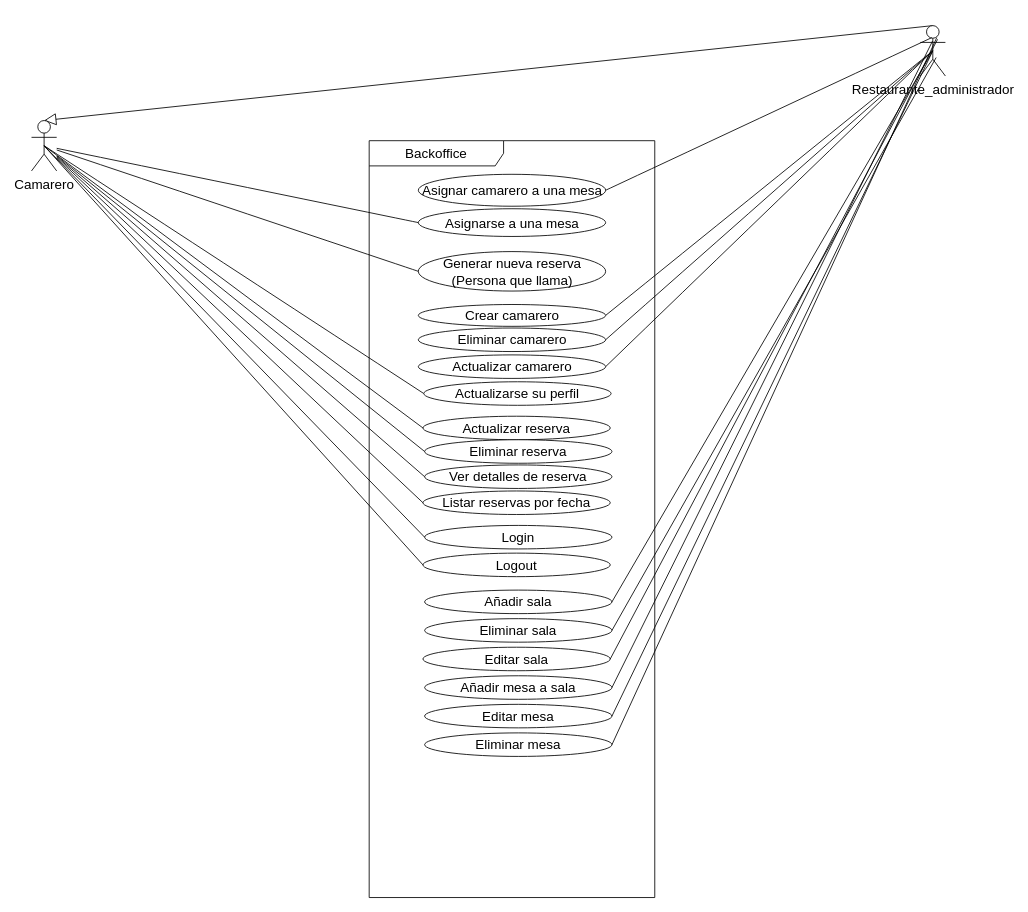
Before: page "UseCaseMVP" (2 of 4) of models/tempus-UML.drawio in Lopez10/tempus-backend, a draw.io diagram. Source tidied: cells renumbered, new cells numbered last; positions are measured from the earlier drawing's top-left corner, leaving out a move shared by most shapes. Both pictures are drawn from the tidied source at 84%, with x=0, y=0 at pixel (31, 25).
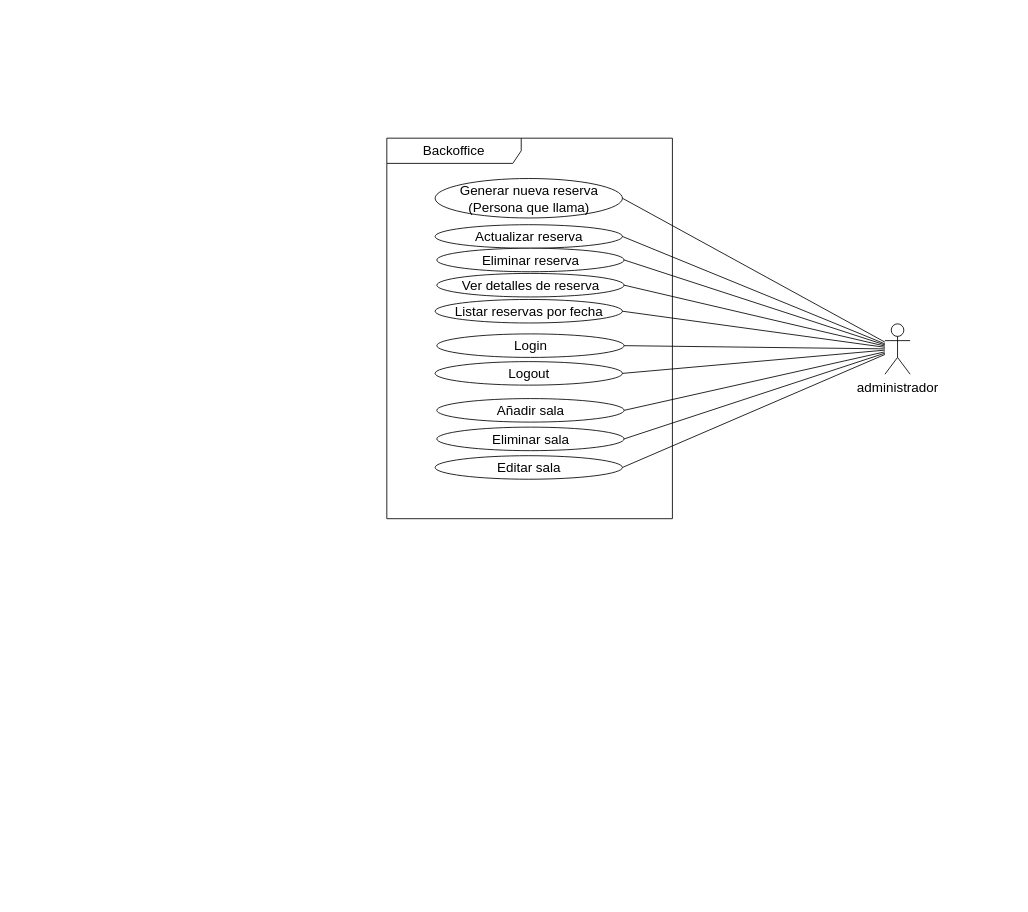
After the change.

The edit, as a diff of the source:
```diff
@@
-    <mxCell id="2" style="edgeStyle=none;curved=1;rounded=0;jettySize=auto;html=1;exitX=0.5;exitY=0.5;exitDx=0;exitDy=0;exitPerimeter=0;entryX=1;entryY=0.5;entryDx=0;entryDy=0;fontSize=12;startSize=8;endSize=8;endArrow=none;endFill=0;" parent="1" edge="1" source="6" target="13">
-      <mxGeometry relative="1" as="geometry" />
-    </mxCell>
-    <mxCell id="3" style="edgeStyle=none;curved=1;rounded=0;jettySize=auto;html=1;exitX=0.5;exitY=0.5;exitDx=0;exitDy=0;exitPerimeter=0;entryX=1;entryY=0.5;entryDx=0;entryDy=0;fontSize=12;startSize=8;endSize=8;endArrow=none;endFill=0;" parent="1" edge="1" source="6" target="14">
-      <mxGeometry relative="1" as="geometry" />
-    </mxCell>
-    <mxCell id="4" style="edgeStyle=none;curved=1;rounded=0;jettySize=auto;html=1;exitX=0.5;exitY=0.5;exitDx=0;exitDy=0;exitPerimeter=0;entryX=1;entryY=0.5;entryDx=0;entryDy=0;fontSize=12;startSize=8;endSize=8;endArrow=none;endFill=0;" parent="1" edge="1" source="6" target="16">
-      <mxGeometry relative="1" as="geometry" />
-    </mxCell>
-    <mxCell id="5" style="edgeStyle=none;html=1;exitX=0.5;exitY=0;exitDx=0;exitDy=0;exitPerimeter=0;entryX=0.5;entryY=0;entryDx=0;entryDy=0;entryPerimeter=0;endArrow=block;endFill=0;endSize=12;" parent="1" edge="1" source="6" target="8">
-      <mxGeometry relative="1" as="geometry" />
-    </mxCell>
-    <mxCell id="6" value="Restaurante_administrador" style="shape=umlActor;verticalLabelPosition=bottom;verticalAlign=top;html=1;fontSize=16;rounded=0;" parent="1" vertex="1">
-      <mxGeometry x="1058" width="30" height="60" as="geometry" />
+    <mxCell id="6" value="administrador" style="shape=umlActor;verticalLabelPosition=bottom;verticalAlign=top;html=1;fontSize=16;rounded=0;" parent="1" vertex="1">
+      <mxGeometry x="1016" y="355" width="30" height="60" as="geometry" />
     </mxCell>
-    <mxCell id="7" style="edgeStyle=none;curved=1;rounded=0;jettySize=auto;html=1;exitX=0.5;exitY=0.5;exitDx=0;exitDy=0;exitPerimeter=0;entryX=0;entryY=0.5;entryDx=0;entryDy=0;fontSize=12;startSize=8;endSize=8;endArrow=none;endFill=0;" parent="1" edge="1" source="8" target="17">
-      <mxGeometry relative="1" as="geometry" />
-    </mxCell>
-    <mxCell id="8" value="Camarero" style="shape=umlActor;verticalLabelPosition=bottom;verticalAlign=top;html=1;outlineConnect=0;fontSize=16;rounded=0;" parent="1" vertex="1">
-      <mxGeometry y="113" width="30" height="60" as="geometry" />
-    </mxCell>
     <mxCell id="9" value="Backoffice" style="shape=umlFrame;whiteSpace=wrap;html=1;width=160;fontSize=16;rounded=0;" parent="1" vertex="1">
-      <mxGeometry x="402" y="137" width="340" height="901" as="geometry" />
+      <mxGeometry x="423" y="134" width="340" height="453" as="geometry" />
     </mxCell>
-    <mxCell id="10" value="Asignar camarero a una mesa" style="ellipse;html=1;whiteSpace=wrap;fontSize=16;rounded=0;" parent="9" vertex="1">
-      <mxGeometry x="58.5" y="40" width="223" height="38" as="geometry" />
-    </mxCell>
-    <mxCell id="11" value="Asignarse a una mesa" style="ellipse;html=1;whiteSpace=wrap;fontSize=16;rounded=0;" parent="9" vertex="1">
-      <mxGeometry x="58.5" y="81" width="223" height="33" as="geometry" />
-    </mxCell>
     <mxCell id="12" value="Generar nueva reserva (Persona que llama)" style="ellipse;html=1;whiteSpace=wrap;fontSize=16;rounded=0;" parent="9" vertex="1">
-      <mxGeometry x="58.5" y="132" width="223" height="47" as="geometry" />
+      <mxGeometry x="57.5" y="48" width="223" height="47" as="geometry" />
     </mxCell>
-    <mxCell id="13" value="Crear camarero" style="ellipse;html=1;whiteSpace=wrap;fontSize=16;rounded=0;" parent="9" vertex="1">
-      <mxGeometry x="58.5" y="195" width="223" height="26" as="geometry" />
-    </mxCell>
-    <mxCell id="14" value="Eliminar camarero" style="ellipse;html=1;whiteSpace=wrap;fontSize=16;rounded=0;" parent="9" vertex="1">
-      <mxGeometry x="58.5" y="223" width="223" height="28" as="geometry" />
-    </mxCell>
-    <mxCell id="15" style="edgeStyle=none;curved=1;rounded=0;orthogonalLoop=1;jettySize=auto;html=1;exitX=0.5;exitY=1;exitDx=0;exitDy=0;fontSize=12;startSize=8;endSize=8;" parent="9" edge="1" source="13" target="13">
-      <mxGeometry relative="1" as="geometry" />
+    <mxCell id="15" style="edgeStyle=none;curved=1;rounded=0;orthogonalLoop=1;jettySize=auto;html=1;exitX=0.5;exitY=1;exitDx=0;exitDy=0;fontSize=12;startSize=8;endSize=8;" parent="9" edge="1">
+      <mxGeometry relative="1" as="geometry">
+        <mxPoint x="170" y="221" as="sourcePoint" />
+        <mxPoint x="170" y="221" as="targetPoint" />
+      </mxGeometry>
     </mxCell>
-    <mxCell id="16" value="Actualizar camarero" style="ellipse;html=1;whiteSpace=wrap;fontSize=16;rounded=0;" parent="9" vertex="1">
-      <mxGeometry x="58.5" y="255" width="223" height="28" as="geometry" />
-    </mxCell>
-    <mxCell id="17" value="Actualizarse su perfil" style="ellipse;html=1;whiteSpace=wrap;fontSize=16;rounded=0;" parent="9" vertex="1">
-      <mxGeometry x="65" y="287" width="223" height="28" as="geometry" />
-    </mxCell>
     <mxCell id="18" value="Actualizar reserva" style="ellipse;html=1;whiteSpace=wrap;fontSize=16;rounded=0;" parent="9" vertex="1">
-      <mxGeometry x="64" y="328" width="223" height="28" as="geometry" />
+      <mxGeometry x="57.5" y="103" width="223" height="28" as="geometry" />
     </mxCell>
     <mxCell id="19" value="Eliminar reserva" style="ellipse;html=1;whiteSpace=wrap;fontSize=16;rounded=0;" parent="9" vertex="1">
-      <mxGeometry x="66" y="356" width="223" height="28" as="geometry" />
+      <mxGeometry x="59.5" y="131" width="223" height="28" as="geometry" />
     </mxCell>
     <mxCell id="20" value="Listar reservas por fecha" style="ellipse;html=1;whiteSpace=wrap;fontSize=16;rounded=0;" parent="9" vertex="1">
-      <mxGeometry x="64" y="417" width="223" height="28" as="geometry" />
+      <mxGeometry x="57.5" y="192" width="223" height="28" as="geometry" />
     </mxCell>
     <mxCell id="21" value="Ver detalles de reserva" style="ellipse;html=1;whiteSpace=wrap;fontSize=16;rounded=0;" parent="9" vertex="1">
-      <mxGeometry x="66" y="386" width="223" height="28" as="geometry" />
+      <mxGeometry x="59.5" y="161" width="223" height="28" as="geometry" />
     </mxCell>
     <mxCell id="22" value="Login" style="ellipse;html=1;whiteSpace=wrap;fontSize=16;rounded=0;" parent="9" vertex="1">
-      <mxGeometry x="66" y="458" width="223" height="28" as="geometry" />
+      <mxGeometry x="59.5" y="233" width="223" height="28" as="geometry" />
     </mxCell>
     <mxCell id="23" value="Logout" style="ellipse;html=1;whiteSpace=wrap;fontSize=16;rounded=0;" parent="9" vertex="1">
-      <mxGeometry x="64" y="491" width="223" height="28" as="geometry" />
+      <mxGeometry x="57.5" y="266" width="223" height="28" as="geometry" />
     </mxCell>
     <mxCell id="24" value="Añadir sala" style="ellipse;html=1;whiteSpace=wrap;fontSize=16;rounded=0;" parent="9" vertex="1">
-      <mxGeometry x="66" y="535" width="223" height="28" as="geometry" />
+      <mxGeometry x="59.5" y="310" width="223" height="28" as="geometry" />
     </mxCell>
     <mxCell id="25" value="Eliminar sala" style="ellipse;html=1;whiteSpace=wrap;fontSize=16;rounded=0;" parent="9" vertex="1">
-      <mxGeometry x="66" y="569" width="223" height="28" as="geometry" />
+      <mxGeometry x="59.5" y="344" width="223" height="28" as="geometry" />
     </mxCell>
     <mxCell id="26" value="Editar sala" style="ellipse;html=1;whiteSpace=wrap;fontSize=16;rounded=0;" parent="9" vertex="1">
-      <mxGeometry x="64" y="603" width="223" height="28" as="geometry" />
+      <mxGeometry x="57.5" y="378" width="223" height="28" as="geometry" />
     </mxCell>
-    <mxCell id="27" value="Añadir mesa a sala" style="ellipse;html=1;whiteSpace=wrap;fontSize=16;rounded=0;" parent="9" vertex="1">
-      <mxGeometry x="66" y="637" width="223" height="28" as="geometry" />
-    </mxCell>
-    <mxCell id="28" value="Editar mesa" style="ellipse;html=1;whiteSpace=wrap;fontSize=16;rounded=0;" parent="9" vertex="1">
-      <mxGeometry x="66" y="671" width="223" height="28" as="geometry" />
-    </mxCell>
-    <mxCell id="29" value="Eliminar mesa" style="ellipse;html=1;whiteSpace=wrap;fontSize=16;rounded=0;" parent="9" vertex="1">
-      <mxGeometry x="66" y="705" width="223" height="28" as="geometry" />
-    </mxCell>
-    <mxCell id="30" style="edgeStyle=none;curved=1;rounded=0;jettySize=auto;html=1;exitX=1;exitY=0.5;exitDx=0;exitDy=0;fontSize=12;startSize=8;endSize=8;endArrow=none;endFill=0;entryX=0.456;entryY=0.239;entryDx=0;entryDy=0;entryPerimeter=0;" parent="1" edge="1" source="10" target="6">
-      <mxGeometry relative="1" as="geometry" />
-    </mxCell>
-    <mxCell id="31" style="edgeStyle=none;curved=1;rounded=0;jettySize=auto;html=1;exitX=0;exitY=0.5;exitDx=0;exitDy=0;fontSize=12;startSize=8;endSize=8;endArrow=none;endFill=0;" parent="1" edge="1" source="11" target="8">
-      <mxGeometry relative="1" as="geometry" />
-    </mxCell>
-    <mxCell id="32" style="edgeStyle=none;curved=1;rounded=0;jettySize=auto;html=1;exitX=0;exitY=0.5;exitDx=0;exitDy=0;fontSize=12;startSize=8;endSize=8;endArrow=none;endFill=0;" parent="1" edge="1" source="12" target="8">
-      <mxGeometry relative="1" as="geometry" />
-    </mxCell>
-    <mxCell id="33" style="edgeStyle=none;html=1;exitX=0;exitY=0.5;exitDx=0;exitDy=0;entryX=0.5;entryY=0.5;entryDx=0;entryDy=0;entryPerimeter=0;endArrow=none;endFill=0;" parent="1" edge="1" source="18" target="8">
-      <mxGeometry relative="1" as="geometry" />
-    </mxCell>
-    <mxCell id="34" style="edgeStyle=none;html=1;exitX=0;exitY=0.5;exitDx=0;exitDy=0;endArrow=none;endFill=0;" parent="1" edge="1" source="19" target="8">
-      <mxGeometry relative="1" as="geometry" />
-    </mxCell>
-    <mxCell id="35" style="edgeStyle=none;html=1;exitX=0;exitY=0.5;exitDx=0;exitDy=0;endArrow=none;endFill=0;" parent="1" edge="1" source="21" target="8">
-      <mxGeometry relative="1" as="geometry" />
-    </mxCell>
-    <mxCell id="36" style="edgeStyle=none;html=1;exitX=0;exitY=0.5;exitDx=0;exitDy=0;endArrow=none;endFill=0;" parent="1" edge="1" source="20" target="8">
-      <mxGeometry relative="1" as="geometry" />
-    </mxCell>
-    <mxCell id="37" style="edgeStyle=none;html=1;exitX=0;exitY=0.5;exitDx=0;exitDy=0;entryX=0.5;entryY=0.5;entryDx=0;entryDy=0;entryPerimeter=0;endArrow=none;endFill=0;endSize=12;" parent="1" edge="1" source="22" target="8">
-      <mxGeometry relative="1" as="geometry" />
-    </mxCell>
-    <mxCell id="38" style="edgeStyle=none;html=1;exitX=0;exitY=0.5;exitDx=0;exitDy=0;endArrow=none;endFill=0;endSize=12;entryX=0.5;entryY=0.5;entryDx=0;entryDy=0;entryPerimeter=0;" parent="1" edge="1" source="23" target="8">
-      <mxGeometry relative="1" as="geometry" />
-    </mxCell>
-    <mxCell id="39" style="edgeStyle=none;html=1;exitX=1;exitY=0.5;exitDx=0;exitDy=0;entryX=0.5;entryY=0.5;entryDx=0;entryDy=0;entryPerimeter=0;endArrow=none;endFill=0;endSize=12;" parent="1" edge="1" source="24" target="6">
+    <mxCell id="39" style="edgeStyle=none;html=1;exitX=1;exitY=0.5;exitDx=0;exitDy=0;endArrow=none;endFill=0;endSize=12;" parent="1" edge="1" source="24" target="6">
       <mxGeometry relative="1" as="geometry" />
     </mxCell>
-    <mxCell id="40" style="edgeStyle=none;html=1;exitX=1;exitY=0.5;exitDx=0;exitDy=0;endArrow=none;endFill=0;endSize=12;entryX=0.633;entryY=0.633;entryDx=0;entryDy=0;entryPerimeter=0;" parent="1" edge="1" source="25" target="6">
+    <mxCell id="40" style="edgeStyle=none;html=1;exitX=1;exitY=0.5;exitDx=0;exitDy=0;endArrow=none;endFill=0;endSize=12;" parent="1" edge="1" source="25" target="6">
       <mxGeometry relative="1" as="geometry" />
     </mxCell>
-    <mxCell id="41" style="edgeStyle=none;html=1;exitX=1;exitY=0.5;exitDx=0;exitDy=0;entryX=0.689;entryY=0.272;entryDx=0;entryDy=0;entryPerimeter=0;endArrow=none;endFill=0;endSize=12;" parent="1" edge="1" source="26" target="6">
+    <mxCell id="41" style="edgeStyle=none;html=1;exitX=1;exitY=0.5;exitDx=0;exitDy=0;endArrow=none;endFill=0;endSize=12;" parent="1" edge="1" source="26" target="6">
       <mxGeometry relative="1" as="geometry" />
     </mxCell>
-    <mxCell id="42" style="edgeStyle=none;html=1;exitX=1;exitY=0.5;exitDx=0;exitDy=0;entryX=0.489;entryY=0.306;entryDx=0;entryDy=0;entryPerimeter=0;endArrow=none;endFill=0;endSize=12;" parent="1" edge="1" source="27" target="6">
-      <mxGeometry relative="1" as="geometry" />
-    </mxCell>
-    <mxCell id="43" style="edgeStyle=none;html=1;exitX=1;exitY=0.5;exitDx=0;exitDy=0;entryX=0.5;entryY=0.5;entryDx=0;entryDy=0;entryPerimeter=0;endArrow=none;endFill=0;endSize=12;" parent="1" edge="1" source="28" target="6">
-      <mxGeometry relative="1" as="geometry" />
-    </mxCell>
-    <mxCell id="44" style="edgeStyle=none;html=1;exitX=1;exitY=0.5;exitDx=0;exitDy=0;entryX=0.656;entryY=0.239;entryDx=0;entryDy=0;entryPerimeter=0;endArrow=none;endFill=0;endSize=12;" parent="1" edge="1" source="29" target="6">
-      <mxGeometry relative="1" as="geometry" />
-    </mxCell>
+    <mxCell id="45" style="edgeStyle=none;html=1;exitX=1;exitY=0.5;exitDx=0;exitDy=0;endArrow=none;endFill=0;" parent="1" edge="1" source="23" target="6">
+      <mxGeometry relative="1" as="geometry" />
+    </mxCell>
+    <mxCell id="46" style="edgeStyle=none;html=1;exitX=1;exitY=0.5;exitDx=0;exitDy=0;endArrow=none;endFill=0;" parent="1" edge="1" source="22" target="6">
+      <mxGeometry relative="1" as="geometry" />
+    </mxCell>
+    <mxCell id="47" style="edgeStyle=none;html=1;exitX=1;exitY=0.5;exitDx=0;exitDy=0;endArrow=none;endFill=0;" parent="1" edge="1" source="20" target="6">
+      <mxGeometry relative="1" as="geometry" />
+    </mxCell>
+    <mxCell id="48" style="edgeStyle=none;html=1;exitX=1;exitY=0.5;exitDx=0;exitDy=0;endArrow=none;endFill=0;" parent="1" edge="1" source="21" target="6">
+      <mxGeometry relative="1" as="geometry" />
+    </mxCell>
+    <mxCell id="49" style="edgeStyle=none;html=1;exitX=1;exitY=0.5;exitDx=0;exitDy=0;endArrow=none;endFill=0;" parent="1" edge="1" source="19" target="6">
+      <mxGeometry relative="1" as="geometry" />
+    </mxCell>
+    <mxCell id="50" style="edgeStyle=none;html=1;exitX=1;exitY=0.5;exitDx=0;exitDy=0;endArrow=none;endFill=0;" parent="1" edge="1" source="18" target="6">
+      <mxGeometry relative="1" as="geometry" />
+    </mxCell>
+    <mxCell id="51" style="edgeStyle=none;html=1;exitX=1;exitY=0.5;exitDx=0;exitDy=0;endArrow=none;endFill=0;" parent="1" edge="1" source="12" target="6">
+      <mxGeometry relative="1" as="geometry" />
+    </mxCell>
```
